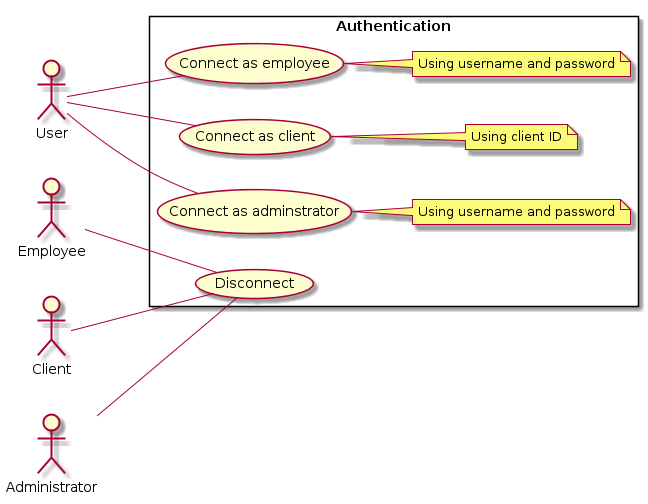
Earlier version of the PlantUML export specifications/usecases/authentication/auth.png (BrokenSwing/Comixaire). Source of this version:
```plantuml
@startuml
left to right direction

actor User as U
actor Employee as E
actor Client as C
actor Administrator as A

rectangle "Authentication" {
  usecase "Connect as employee" as CaE
  note right: Using username and password

  usecase "Connect as client" as CaC
  note right: Using client ID

  usecase “Connect as adminstrator” as CaA
  note right: Using username and password

  usecase "Disconnect" as D
}

U -- CaE
U -- CaC
U -- CaA
A -- D
E -- D
C -- D
@enduml
```
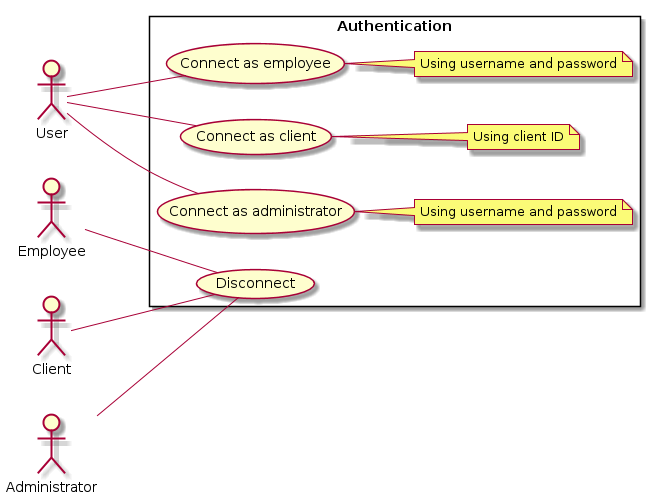
Above is the later version.

Commit message:
Update authentication use case specification

The edit, as a diff of the source:
```diff
@@ -13,7 +13,7 @@
   usecase "Connect as client" as CaC
   note right: Using client ID
 
-  usecase “Connect as adminstrator” as CaA
+  usecase "Connect as administrator" as CaA
   note right: Using username and password
 
   usecase "Disconnect" as D
```
